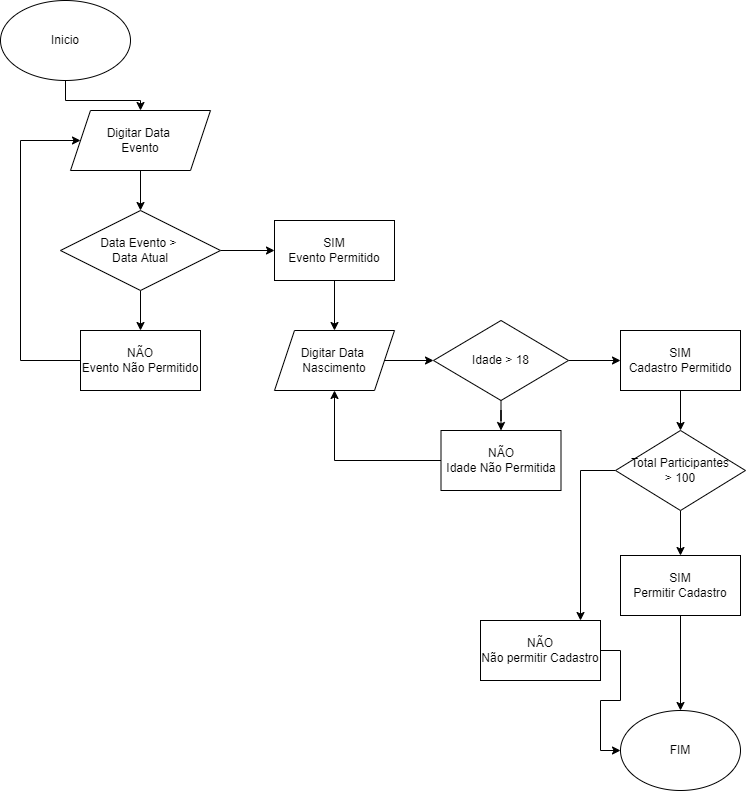
Before: Untitled Diagram.drawio.png, a diagram exported from draw.io (andrepadua34/UC8). Source tidied: cells renumbered, new cells last; positions are measured from the earlier drawing's top-left corner, leaving out a move shared by most shapes.
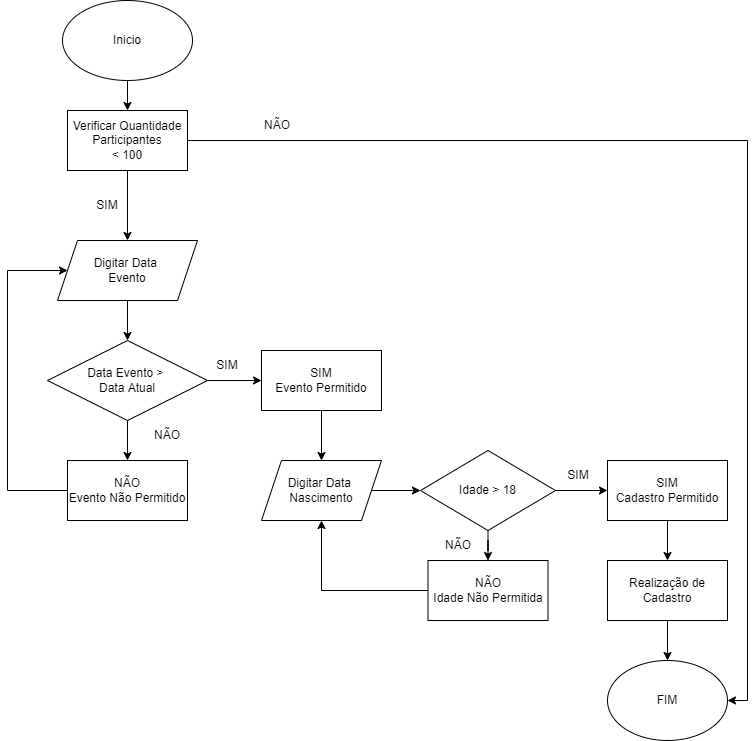
The same file after the commit.

Commit message:
Atualização Verificação Quantidade Inicio

The edit, as a diff of the source:
```diff
@@ -2,11 +2,11 @@
   <root>
     <mxCell id="0" />
     <mxCell id="1" parent="0" />
-    <mxCell id="2" style="edgeStyle=orthogonalEdgeStyle;rounded=0;jettySize=auto;html=1;" parent="1" edge="1" source="3" target="5">
-      <mxGeometry relative="1" as="geometry" />
-    </mxCell>
+    <mxCell id="30" style="edgeStyle=orthogonalEdgeStyle;rounded=0;jettySize=auto;html=1;" parent="1" edge="1" source="3" target="33">
+      <mxGeometry relative="1" as="geometry" />
+    </mxCell>
     <mxCell id="3" value="Inicio" style="ellipse;whiteSpace=wrap;html=1;" parent="1" vertex="1">
-      <mxGeometry width="130" height="80" as="geometry" />
+      <mxGeometry x="75" y="-130" width="130" height="80" as="geometry" />
     </mxCell>
     <mxCell id="4" style="edgeStyle=orthogonalEdgeStyle;rounded=0;jettySize=auto;html=1;" parent="1" edge="1" source="5" target="8">
       <mxGeometry relative="1" as="geometry" />
@@ -55,8 +55,10 @@
     <mxCell id="17" value="Idade &amp;gt; 18" style="rhombus;whiteSpace=wrap;html=1;" parent="1" vertex="1">
       <mxGeometry x="433" y="320" width="135" height="80" as="geometry" />
     </mxCell>
-    <mxCell id="18" style="edgeStyle=orthogonalEdgeStyle;rounded=0;jettySize=auto;html=1;" parent="1" edge="1" source="19" target="24">
-      <mxGeometry relative="1" as="geometry" />
+    <mxCell id="18" style="edgeStyle=orthogonalEdgeStyle;rounded=0;jettySize=auto;html=1;" parent="1" edge="1" source="19">
+      <mxGeometry relative="1" as="geometry">
+        <mxPoint x="680" y="430" as="targetPoint" />
+      </mxGeometry>
     </mxCell>
     <mxCell id="19" value="SIM&lt;br&gt;Cadastro Permitido" style="rounded=0;whiteSpace=wrap;html=1;" parent="1" vertex="1">
       <mxGeometry x="620" y="330" width="120" height="60" as="geometry" />
@@ -67,31 +69,41 @@
     <mxCell id="21" value="NÃO&lt;br&gt;Idade Não Permitida" style="rounded=0;whiteSpace=wrap;html=1;" parent="1" vertex="1">
       <mxGeometry x="440.5" y="430" width="120" height="60" as="geometry" />
     </mxCell>
-    <mxCell id="22" style="edgeStyle=orthogonalEdgeStyle;rounded=0;jettySize=auto;html=1;" parent="1" edge="1" source="24" target="26">
-      <mxGeometry relative="1" as="geometry" />
-    </mxCell>
-    <mxCell id="23" style="edgeStyle=orthogonalEdgeStyle;rounded=0;jettySize=auto;html=1;" parent="1" edge="1" source="24">
-      <mxGeometry relative="1" as="geometry">
-        <mxPoint x="580" y="620" as="targetPoint" />
-      </mxGeometry>
-    </mxCell>
-    <mxCell id="24" value="Total Participantes&lt;br&gt;&amp;gt; 100" style="rhombus;whiteSpace=wrap;html=1;" parent="1" vertex="1">
-      <mxGeometry x="615" y="430" width="130" height="80" as="geometry" />
-    </mxCell>
     <mxCell id="25" style="edgeStyle=orthogonalEdgeStyle;rounded=0;jettySize=auto;html=1;" parent="1" edge="1" source="26" target="29">
       <mxGeometry relative="1" as="geometry" />
     </mxCell>
-    <mxCell id="26" value="SIM&lt;br&gt;Permitir Cadastro" style="rounded=0;whiteSpace=wrap;html=1;" parent="1" vertex="1">
-      <mxGeometry x="620" y="555" width="120" height="60" as="geometry" />
+    <mxCell id="26" value="Realização de Cadastro" style="rounded=0;whiteSpace=wrap;html=1;" parent="1" vertex="1">
+      <mxGeometry x="620" y="430" width="120" height="60" as="geometry" />
     </mxCell>
-    <mxCell id="27" style="edgeStyle=orthogonalEdgeStyle;rounded=0;jettySize=auto;html=1;entryX=0;entryY=0.5;entryDx=0;entryDy=0;" parent="1" edge="1" source="28" target="29">
-      <mxGeometry relative="1" as="geometry" />
-    </mxCell>
-    <mxCell id="28" value="NÃO&lt;br&gt;Não permitir Cadastro" style="rounded=0;whiteSpace=wrap;html=1;" parent="1" vertex="1">
-      <mxGeometry x="480" y="620" width="120" height="60" as="geometry" />
-    </mxCell>
     <mxCell id="29" value="FIM" style="ellipse;whiteSpace=wrap;html=1;" parent="1" vertex="1">
-      <mxGeometry x="620" y="710" width="120" height="80" as="geometry" />
+      <mxGeometry x="620" y="530" width="120" height="80" as="geometry" />
     </mxCell>
+    <mxCell id="31" style="edgeStyle=orthogonalEdgeStyle;rounded=0;jettySize=auto;html=1;" parent="1" edge="1" source="33" target="5">
+      <mxGeometry relative="1" as="geometry" />
+    </mxCell>
+    <mxCell id="32" style="edgeStyle=orthogonalEdgeStyle;rounded=0;jettySize=auto;html=1;entryX=1;entryY=0.5;entryDx=0;entryDy=0;" parent="1" edge="1" source="33" target="29">
+      <mxGeometry relative="1" as="geometry" />
+    </mxCell>
+    <mxCell id="33" value="Verificar Quantidade&lt;br&gt;Participantes&lt;br&gt;&amp;lt; 100" style="rounded=0;whiteSpace=wrap;html=1;" parent="1" vertex="1">
+      <mxGeometry x="80" y="-20" width="120" height="60" as="geometry" />
+    </mxCell>
+    <mxCell id="34" value="SIM" style="text;html=1;strokeColor=none;fillColor=none;align=center;verticalAlign=middle;whiteSpace=wrap;rounded=0;" parent="1" vertex="1">
+      <mxGeometry x="90" y="60" width="60" height="30" as="geometry" />
+    </mxCell>
+    <mxCell id="35" value="NÃO" style="text;html=1;strokeColor=none;fillColor=none;align=center;verticalAlign=middle;whiteSpace=wrap;rounded=0;" parent="1" vertex="1">
+      <mxGeometry x="260" y="-20" width="60" height="30" as="geometry" />
+    </mxCell>
+    <mxCell id="36" value="SIM" style="text;html=1;strokeColor=none;fillColor=none;align=center;verticalAlign=middle;whiteSpace=wrap;rounded=0;" parent="1" vertex="1">
+      <mxGeometry x="210" y="220" width="60" height="30" as="geometry" />
+    </mxCell>
+    <mxCell id="37" value="SIM" style="text;html=1;strokeColor=none;fillColor=none;align=center;verticalAlign=middle;whiteSpace=wrap;rounded=0;" parent="1" vertex="1">
+      <mxGeometry x="560.5" y="330" width="60" height="30" as="geometry" />
+    </mxCell>
+    <mxCell id="38" value="NÃO" style="text;html=1;strokeColor=none;fillColor=none;align=center;verticalAlign=middle;whiteSpace=wrap;rounded=0;" parent="1" vertex="1">
+      <mxGeometry x="150" y="290" width="60" height="30" as="geometry" />
+    </mxCell>
+    <mxCell id="39" value="NÃO" style="text;html=1;strokeColor=none;fillColor=none;align=center;verticalAlign=middle;whiteSpace=wrap;rounded=0;" parent="1" vertex="1">
+      <mxGeometry x="441" y="400" width="60" height="30" as="geometry" />
+    </mxCell>
   </root>
 </mxGraphModel>
```
